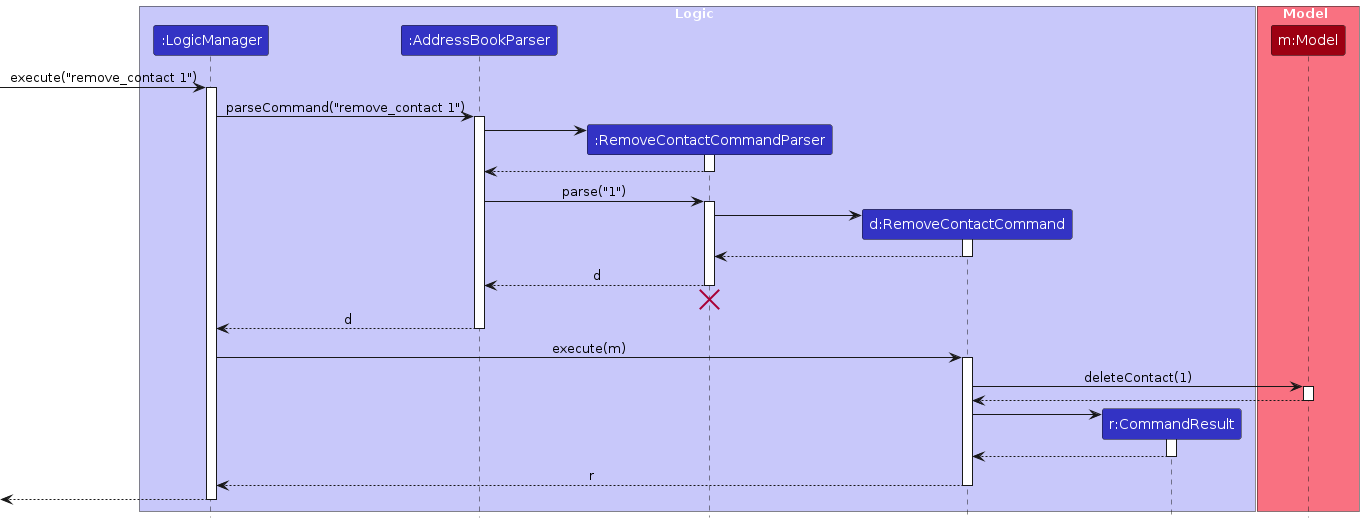
Before: diagrams/DeleteSequenceDiagram.png, a diagram exported from PlantUML (AY2526S1-CS2103T-T15-2/tp). Its source is kept beside it as diagrams/DeleteSequenceDiagram.puml.
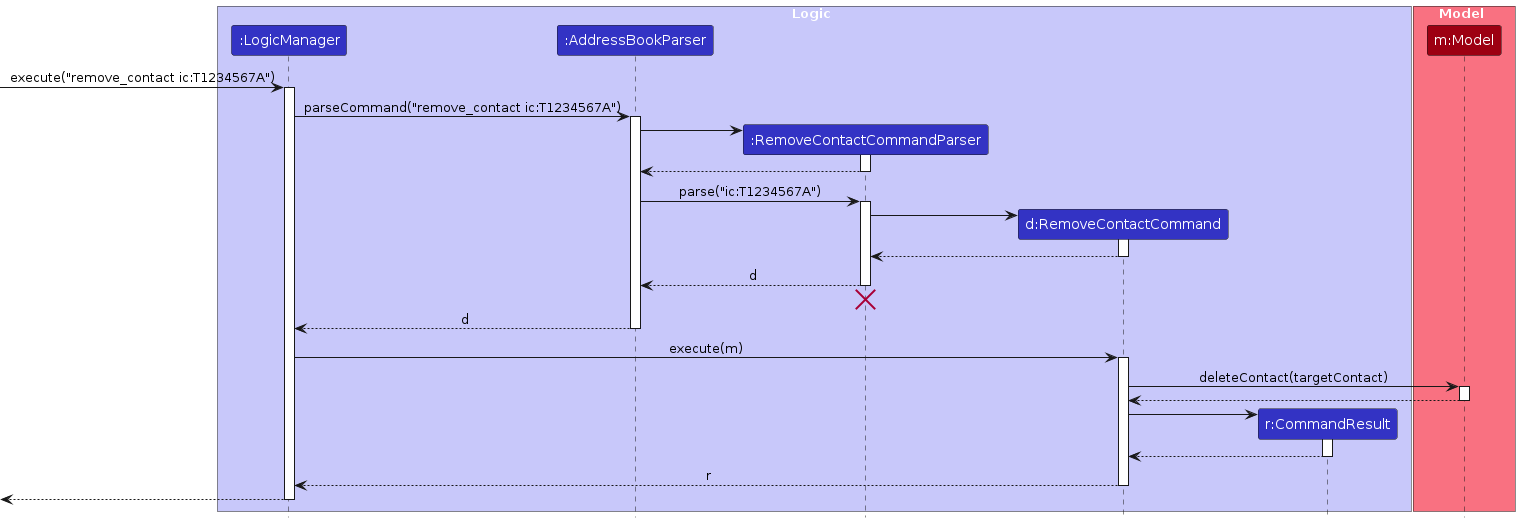
After the commit.

Diff of the diagram source:
```diff
@@ -14,10 +14,10 @@
 participant "m:Model" as Model MODEL_COLOR
 end box
 
-[-> LogicManager : execute("remove_contact 1")
+[-> LogicManager : execute("remove_contact ic:T1234567A")
 activate LogicManager
 
-LogicManager -> AddressBookParser : parseCommand("remove_contact 1")
+LogicManager -> AddressBookParser : parseCommand("remove_contact ic:T1234567A")
 activate AddressBookParser
 
 create RemoveContactCommandParser
@@ -27,7 +27,7 @@
 RemoveContactCommandParser --> AddressBookParser
 deactivate RemoveContactCommandParser
 
-AddressBookParser -> RemoveContactCommandParser : parse("1")
+AddressBookParser -> RemoveContactCommandParser : parse("ic:T1234567A")
 activate RemoveContactCommandParser
 
 create RemoveContactCommand
@@ -48,7 +48,7 @@
 LogicManager -> RemoveContactCommand : execute(m)
 activate RemoveContactCommand
 
-RemoveContactCommand -> Model : deleteContact(1)
+RemoveContactCommand -> Model : deleteContact(targetContact)
 activate Model
 
 Model --> RemoveContactCommand
```
